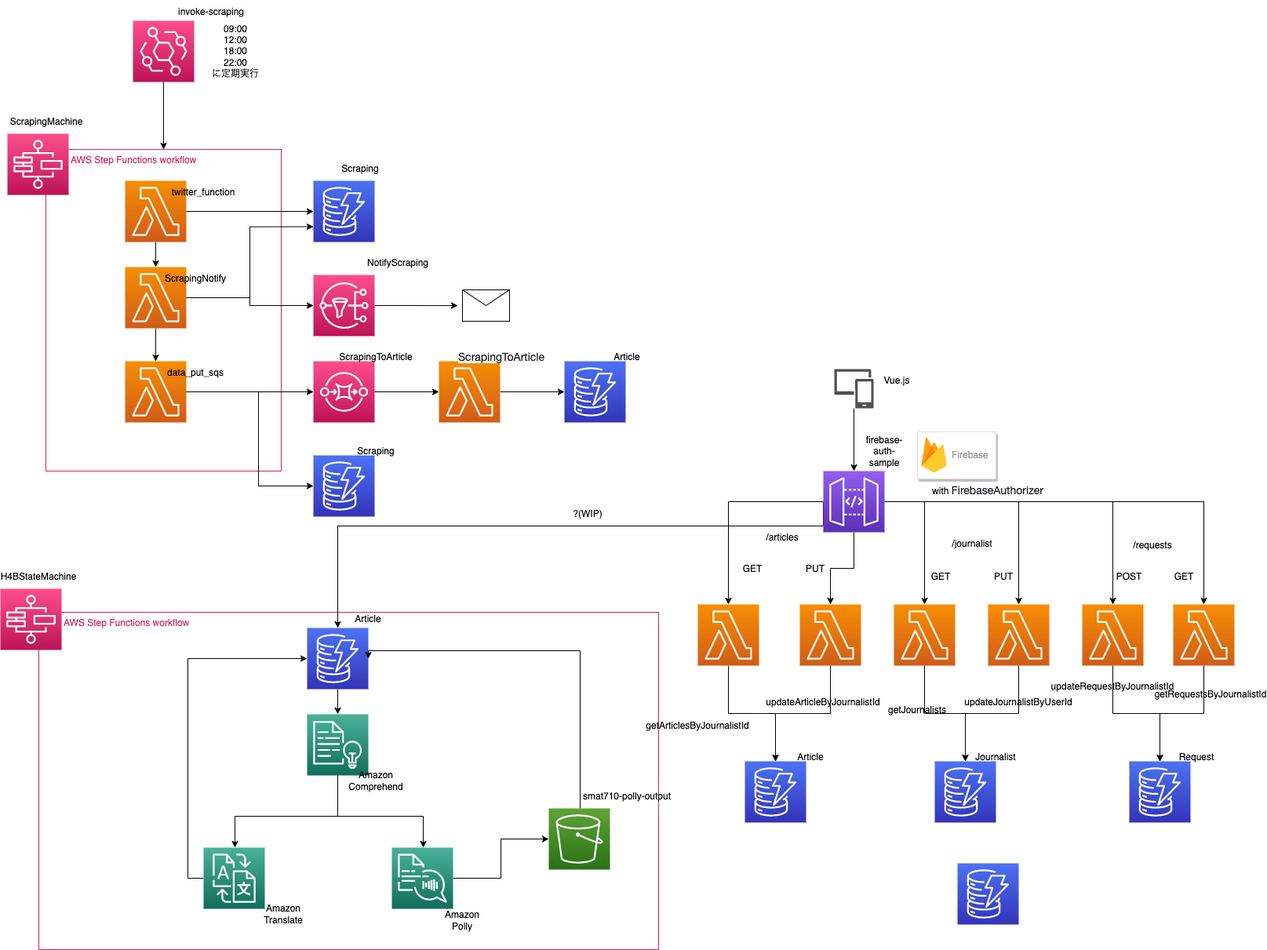
The draw.io diagram fj_birdview.png in ShotaroMatsuya/football-journalism, before a commit. Source tidied: cells renumbered, new cells last; positions are measured from the earlier drawing's top-left corner, leaving out a move shared by most shapes.
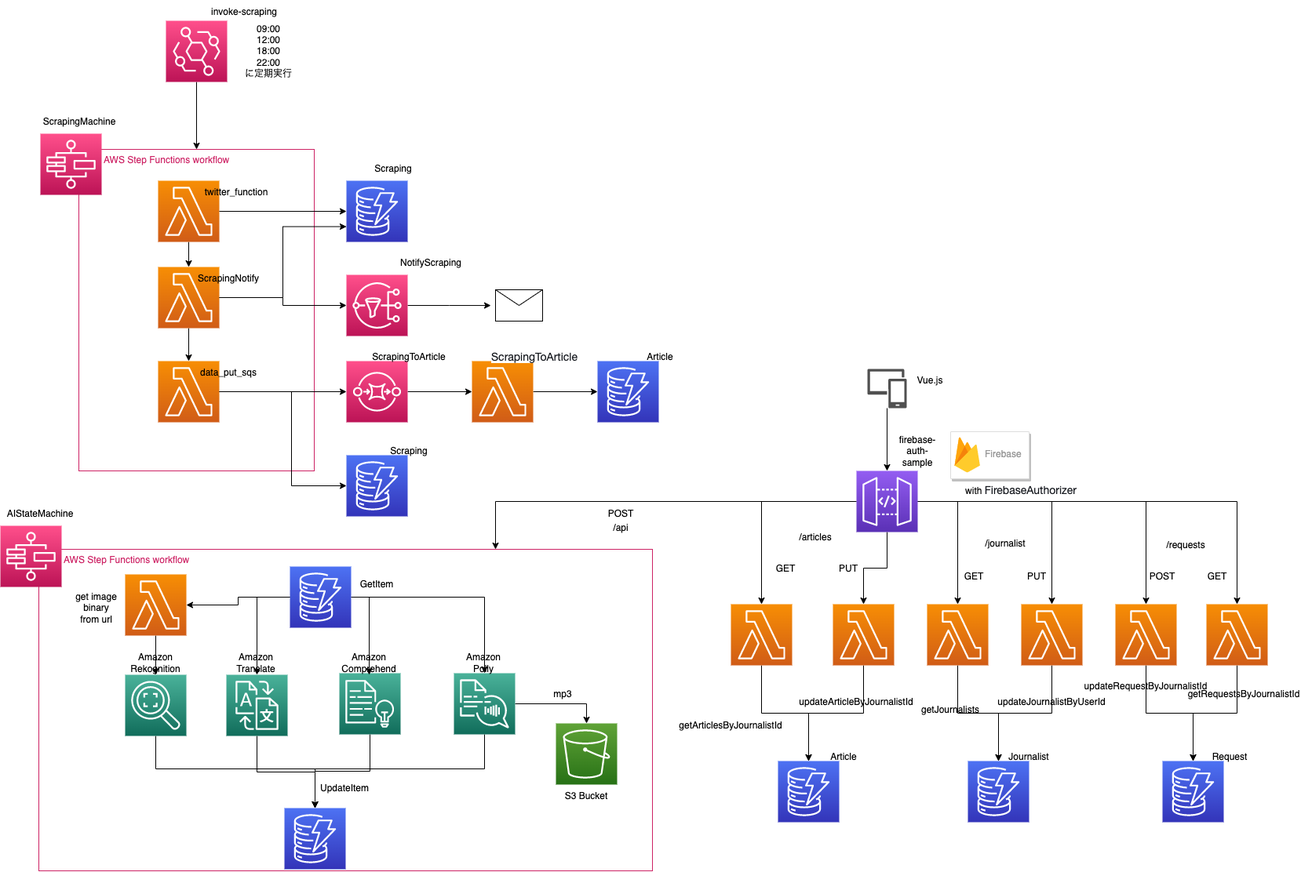
Above is the later version.

Change to the diagram source:
```diff
@@ -109,79 +109,109 @@
       <mxGeometry x="247" y="25" width="106" height="80" as="geometry" />
     </mxCell>
     <mxCell id="35" value="AWS Step Functions workflow" style="points=[[0,0],[0.25,0],[0.5,0],[0.75,0],[1,0],[1,0.25],[1,0.5],[1,0.75],[1,1],[0.75,1],[0.5,1],[0.25,1],[0,1],[0,0.75],[0,0.5],[0,0.25]];outlineConnect=0;gradientColor=none;html=1;whiteSpace=wrap;fontSize=12;fontStyle=0;shape=mxgraph.aws4.group;grIcon=mxgraph.aws4.group_aws_step_functions_workflow;strokeColor=#CD2264;fillColor=none;verticalAlign=top;align=left;spacingLeft=30;fontColor=#CD2264;dashed=0;" parent="1" vertex="1">
-      <mxGeometry x="49" y="780" width="790" height="430" as="geometry" />
+      <mxGeometry x="7" y="700" width="782" height="410" as="geometry" />
     </mxCell>
     <mxCell id="36" style="sketch=0;fontColor=#232F3E;gradientColor=#FF4F8B;gradientDirection=north;fillColor=#BC1356;strokeColor=#ffffff;dashed=0;verticalLabelPosition=bottom;verticalAlign=top;align=center;html=1;fontSize=12;fontStyle=0;shape=mxgraph.aws4.resourceIcon;resIcon=mxgraph.aws4.step_functions;" parent="35" vertex="1">
       <mxGeometry x="-49" y="-30" width="78" height="78" as="geometry" />
     </mxCell>
-    <mxCell id="37" style="edgeStyle=orthogonalEdgeStyle;rounded=0;jettySize=auto;html=1;" parent="35" edge="1" source="38" target="41">
-      <mxGeometry relative="1" as="geometry" />
-    </mxCell>
-    <mxCell id="38" style="sketch=0;points=[[0,0,0],[0.25,0,0],[0.5,0,0],[0.75,0,0],[1,0,0],[0,1,0],[0.25,1,0],[0.5,1,0],[0.75,1,0],[1,1,0],[0,0.25,0],[0,0.5,0],[0,0.75,0],[1,0.25,0],[1,0.5,0],[1,0.75,0]];outlineConnect=0;fontColor=#232F3E;gradientColor=#4D72F3;gradientDirection=north;fillColor=#3334B9;strokeColor=#ffffff;dashed=0;verticalLabelPosition=bottom;verticalAlign=top;align=center;html=1;fontSize=12;fontStyle=0;shape=mxgraph.aws4.resourceIcon;resIcon=mxgraph.aws4.dynamodb;" parent="35" vertex="1">
-      <mxGeometry x="342" y="20" width="78" height="78" as="geometry" />
-    </mxCell>
-    <mxCell id="39" style="edgeStyle=orthogonalEdgeStyle;rounded=0;jettySize=auto;html=1;entryX=0.5;entryY=0;entryDx=0;entryDy=0;entryPerimeter=0;" parent="35" edge="1" source="41" target="43">
-      <mxGeometry relative="1" as="geometry">
-        <Array as="points">
-          <mxPoint x="381" y="260" />
-          <mxPoint x="490" y="260" />
-        </Array>
-      </mxGeometry>
-    </mxCell>
-    <mxCell id="40" style="edgeStyle=orthogonalEdgeStyle;rounded=0;jettySize=auto;html=1;exitX=0.5;exitY=1;exitDx=0;exitDy=0;exitPerimeter=0;entryX=0.5;entryY=0;entryDx=0;entryDy=0;entryPerimeter=0;" parent="35" edge="1" source="41" target="45">
-      <mxGeometry relative="1" as="geometry">
-        <Array as="points">
-          <mxPoint x="381" y="260" />
-          <mxPoint x="250" y="260" />
-        </Array>
-      </mxGeometry>
-    </mxCell>
+    <mxCell id="107" style="edgeStyle=orthogonalEdgeStyle;rounded=0;jettySize=auto;html=1;entryX=0.5;entryY=0;entryDx=0;entryDy=0;entryPerimeter=0;" parent="35" edge="1" source="41" target="110">
+      <mxGeometry relative="1" as="geometry" />
+    </mxCell>
     <mxCell id="41" style="sketch=0;points=[[0,0,0],[0.25,0,0],[0.5,0,0],[0.75,0,0],[1,0,0],[0,1,0],[0.25,1,0],[0.5,1,0],[0.75,1,0],[1,1,0],[0,0.25,0],[0,0.5,0],[0,0.75,0],[1,0.25,0],[1,0.5,0],[1,0.75,0]];outlineConnect=0;fontColor=#232F3E;gradientColor=#4AB29A;gradientDirection=north;fillColor=#116D5B;strokeColor=#ffffff;dashed=0;verticalLabelPosition=bottom;verticalAlign=top;align=center;html=1;fontSize=12;fontStyle=0;shape=mxgraph.aws4.resourceIcon;resIcon=mxgraph.aws4.comprehend;" parent="35" vertex="1">
-      <mxGeometry x="342" y="130" width="78" height="78" as="geometry" />
+      <mxGeometry x="383" y="158" width="78" height="78" as="geometry" />
     </mxCell>
+    <mxCell id="108" style="edgeStyle=orthogonalEdgeStyle;rounded=0;jettySize=auto;html=1;" parent="35" edge="1" source="43" target="110">
+      <mxGeometry relative="1" as="geometry">
+        <Array as="points">
+          <mxPoint x="568" y="280" />
+          <mxPoint x="352" y="280" />
+        </Array>
+      </mxGeometry>
+    </mxCell>
-    <mxCell id="42" style="edgeStyle=orthogonalEdgeStyle;rounded=0;jettySize=auto;html=1;" parent="35" edge="1" source="43" target="47">
+    <mxCell id="42" style="edgeStyle=orthogonalEdgeStyle;rounded=0;jettySize=auto;html=1;entryX=0.5;entryY=0;entryDx=0;entryDy=0;entryPerimeter=0;" parent="35" edge="1" source="43" target="47">
       <mxGeometry relative="1" as="geometry" />
     </mxCell>
     <mxCell id="43" style="sketch=0;points=[[0,0,0],[0.25,0,0],[0.5,0,0],[0.75,0,0],[1,0,0],[0,1,0],[0.25,1,0],[0.5,1,0],[0.75,1,0],[1,1,0],[0,0.25,0],[0,0.5,0],[0,0.75,0],[1,0.25,0],[1,0.5,0],[1,0.75,0]];outlineConnect=0;fontColor=#232F3E;gradientColor=#4AB29A;gradientDirection=north;fillColor=#116D5B;strokeColor=#ffffff;dashed=0;verticalLabelPosition=bottom;verticalAlign=top;align=center;html=1;fontSize=12;fontStyle=0;shape=mxgraph.aws4.resourceIcon;resIcon=mxgraph.aws4.polly;" parent="35" vertex="1">
-      <mxGeometry x="450" y="300" width="78" height="78" as="geometry" />
+      <mxGeometry x="529" y="158" width="78" height="78" as="geometry" />
     </mxCell>
-    <mxCell id="44" style="edgeStyle=orthogonalEdgeStyle;rounded=0;jettySize=auto;html=1;exitX=0;exitY=0.5;exitDx=0;exitDy=0;exitPerimeter=0;entryX=0;entryY=0.5;entryDx=0;entryDy=0;entryPerimeter=0;" parent="35" edge="1" source="45" target="38">
-      <mxGeometry relative="1" as="geometry" />
-    </mxCell>
+    <mxCell id="109" style="edgeStyle=orthogonalEdgeStyle;rounded=0;jettySize=auto;html=1;entryX=0.5;entryY=0;entryDx=0;entryDy=0;entryPerimeter=0;" parent="35" edge="1" source="45" target="110">
+      <mxGeometry relative="1" as="geometry" />
+    </mxCell>
     <mxCell id="45" style="sketch=0;points=[[0,0,0],[0.25,0,0],[0.5,0,0],[0.75,0,0],[1,0,0],[0,1,0],[0.25,1,0],[0.5,1,0],[0.75,1,0],[1,1,0],[0,0.25,0],[0,0.5,0],[0,0.75,0],[1,0.25,0],[1,0.5,0],[1,0.75,0]];outlineConnect=0;fontColor=#232F3E;gradientColor=#4AB29A;gradientDirection=north;fillColor=#116D5B;strokeColor=#ffffff;dashed=0;verticalLabelPosition=bottom;verticalAlign=top;align=center;html=1;fontSize=12;fontStyle=0;shape=mxgraph.aws4.resourceIcon;resIcon=mxgraph.aws4.translate;" parent="35" vertex="1">
-      <mxGeometry x="210" y="300" width="78" height="78" as="geometry" />
+      <mxGeometry x="239" y="160" width="78" height="78" as="geometry" />
     </mxCell>
-    <mxCell id="46" style="edgeStyle=orthogonalEdgeStyle;rounded=0;jettySize=auto;html=1;entryX=1;entryY=0.5;entryDx=0;entryDy=0;entryPerimeter=0;" parent="35" edge="1" source="47" target="38">
-      <mxGeometry relative="1" as="geometry">
-        <Array as="points">
-          <mxPoint x="690" y="49" />
-        </Array>
-      </mxGeometry>
-    </mxCell>
     <mxCell id="47" style="sketch=0;points=[[0,0,0],[0.25,0,0],[0.5,0,0],[0.75,0,0],[1,0,0],[0,1,0],[0.25,1,0],[0.5,1,0],[0.75,1,0],[1,1,0],[0,0.25,0],[0,0.5,0],[0,0.75,0],[1,0.25,0],[1,0.5,0],[1,0.75,0]];outlineConnect=0;fontColor=#232F3E;gradientColor=#60A337;gradientDirection=north;fillColor=#277116;strokeColor=#ffffff;dashed=0;verticalLabelPosition=bottom;verticalAlign=top;align=center;html=1;fontSize=12;fontStyle=0;shape=mxgraph.aws4.resourceIcon;resIcon=mxgraph.aws4.s3;" parent="35" vertex="1">
-      <mxGeometry x="650" y="250" width="78" height="78" as="geometry" />
+      <mxGeometry x="659" y="222" width="78" height="78" as="geometry" />
     </mxCell>
-    <mxCell id="48" value="Article" style="text;html=1;strokeColor=none;fillColor=none;align=center;verticalAlign=middle;whiteSpace=wrap;rounded=0;" parent="35" vertex="1">
-      <mxGeometry x="390" y="-6" width="60" height="30" as="geometry" />
-    </mxCell>
     <mxCell id="49" value="Amazon Comprehend" style="text;html=1;strokeColor=none;fillColor=none;align=center;verticalAlign=middle;whiteSpace=wrap;rounded=0;" parent="35" vertex="1">
-      <mxGeometry x="400" y="200" width="60" height="30" as="geometry" />
+      <mxGeometry x="391" y="130" width="60" height="30" as="geometry" />
     </mxCell>
     <mxCell id="50" value="Amazon Translate" style="text;html=1;strokeColor=none;fillColor=none;align=center;verticalAlign=middle;whiteSpace=wrap;rounded=0;" parent="35" vertex="1">
-      <mxGeometry x="282" y="370" width="60" height="30" as="geometry" />
+      <mxGeometry x="247" y="130" width="60" height="30" as="geometry" />
     </mxCell>
     <mxCell id="51" value="Amazon Polly" style="text;html=1;strokeColor=none;fillColor=none;align=center;verticalAlign=middle;whiteSpace=wrap;rounded=0;" parent="35" vertex="1">
-      <mxGeometry x="510" y="378" width="60" height="30" as="geometry" />
+      <mxGeometry x="537" y="130" width="60" height="30" as="geometry" />
     </mxCell>
-    <mxCell id="52" value="smat710-polly-output" style="text;html=1;strokeColor=none;fillColor=none;align=center;verticalAlign=middle;whiteSpace=wrap;rounded=0;" parent="35" vertex="1">
-      <mxGeometry x="690" y="220" width="120" height="30" as="geometry" />
+    <mxCell id="52" value="S3 Bucket" style="text;html=1;strokeColor=none;fillColor=none;align=center;verticalAlign=middle;whiteSpace=wrap;rounded=0;" parent="35" vertex="1">
+      <mxGeometry x="638" y="300" width="120" height="30" as="geometry" />
     </mxCell>
+    <mxCell id="110" style="sketch=0;points=[[0,0,0],[0.25,0,0],[0.5,0,0],[0.75,0,0],[1,0,0],[0,1,0],[0.25,1,0],[0.5,1,0],[0.75,1,0],[1,1,0],[0,0.25,0],[0,0.5,0],[0,0.75,0],[1,0.25,0],[1,0.5,0],[1,0.75,0]];outlineConnect=0;fontColor=#232F3E;gradientColor=#4D72F3;gradientDirection=north;fillColor=#3334B9;strokeColor=#ffffff;dashed=0;verticalLabelPosition=bottom;verticalAlign=top;align=center;html=1;fontSize=12;fontStyle=0;shape=mxgraph.aws4.resourceIcon;resIcon=mxgraph.aws4.dynamodb;" parent="35" vertex="1">
+      <mxGeometry x="313" y="330" width="78" height="78" as="geometry" />
+    </mxCell>
+    <mxCell id="111" style="edgeStyle=orthogonalEdgeStyle;rounded=0;jettySize=auto;html=1;" parent="35" edge="1" source="112" target="110">
+      <mxGeometry relative="1" as="geometry">
+        <Array as="points">
+          <mxPoint x="149" y="280" />
+          <mxPoint x="352" y="280" />
+        </Array>
+      </mxGeometry>
+    </mxCell>
+    <mxCell id="112" style="sketch=0;points=[[0,0,0],[0.25,0,0],[0.5,0,0],[0.75,0,0],[1,0,0],[0,1,0],[0.25,1,0],[0.5,1,0],[0.75,1,0],[1,1,0],[0,0.25,0],[0,0.5,0],[0,0.75,0],[1,0.25,0],[1,0.5,0],[1,0.75,0]];outlineConnect=0;fontColor=#232F3E;gradientColor=#4AB29A;gradientDirection=north;fillColor=#116D5B;strokeColor=#ffffff;dashed=0;verticalLabelPosition=bottom;verticalAlign=top;align=center;html=1;fontSize=12;fontStyle=0;shape=mxgraph.aws4.resourceIcon;resIcon=mxgraph.aws4.rekognition_2;" parent="35" vertex="1">
+      <mxGeometry x="110" y="160" width="78" height="78" as="geometry" />
+    </mxCell>
+    <mxCell id="113" value="mp3" style="text;html=1;strokeColor=none;fillColor=none;align=center;verticalAlign=middle;whiteSpace=wrap;rounded=0;" parent="35" vertex="1">
+      <mxGeometry x="638" y="170" width="60" height="30" as="geometry" />
+    </mxCell>
+    <mxCell id="114" value="Amazon&lt;br&gt;Rekognition" style="text;html=1;strokeColor=none;fillColor=none;align=center;verticalAlign=middle;whiteSpace=wrap;rounded=0;" parent="35" vertex="1">
+      <mxGeometry x="119" y="130" width="60" height="30" as="geometry" />
+    </mxCell>
+    <mxCell id="115" style="edgeStyle=orthogonalEdgeStyle;rounded=0;jettySize=auto;html=1;" parent="35" edge="1" source="124" target="112">
+      <mxGeometry relative="1" as="geometry" />
+    </mxCell>
+    <mxCell id="116" style="edgeStyle=orthogonalEdgeStyle;rounded=0;jettySize=auto;html=1;" parent="35" edge="1" source="119" target="45">
+      <mxGeometry relative="1" as="geometry" />
+    </mxCell>
+    <mxCell id="117" style="edgeStyle=orthogonalEdgeStyle;rounded=0;jettySize=auto;html=1;" parent="35" edge="1" source="119" target="43">
+      <mxGeometry relative="1" as="geometry" />
+    </mxCell>
+    <mxCell id="118" style="edgeStyle=orthogonalEdgeStyle;rounded=0;jettySize=auto;html=1;entryX=0.5;entryY=1;entryDx=0;entryDy=0;" parent="35" edge="1" source="119" target="49">
+      <mxGeometry relative="1" as="geometry">
+        <Array as="points">
+          <mxPoint x="421" y="61" />
+        </Array>
+      </mxGeometry>
+    </mxCell>
+    <mxCell id="119" style="sketch=0;points=[[0,0,0],[0.25,0,0],[0.5,0,0],[0.75,0,0],[1,0,0],[0,1,0],[0.25,1,0],[0.5,1,0],[0.75,1,0],[1,1,0],[0,0.25,0],[0,0.5,0],[0,0.75,0],[1,0.25,0],[1,0.5,0],[1,0.75,0]];outlineConnect=0;fontColor=#232F3E;gradientColor=#4D72F3;gradientDirection=north;fillColor=#3334B9;strokeColor=#ffffff;dashed=0;verticalLabelPosition=bottom;verticalAlign=top;align=center;html=1;fontSize=12;fontStyle=0;shape=mxgraph.aws4.resourceIcon;resIcon=mxgraph.aws4.dynamodb;" parent="35" vertex="1">
+      <mxGeometry x="320" y="22" width="78" height="78" as="geometry" />
+    </mxCell>
+    <mxCell id="120" value="GetItem" style="text;html=1;strokeColor=none;fillColor=none;align=center;verticalAlign=middle;whiteSpace=wrap;rounded=0;" parent="35" vertex="1">
+      <mxGeometry x="401" y="30" width="60" height="30" as="geometry" />
+    </mxCell>
+    <mxCell id="121" value="UpdateItem" style="text;html=1;strokeColor=none;fillColor=none;align=center;verticalAlign=middle;whiteSpace=wrap;rounded=0;" parent="35" vertex="1">
+      <mxGeometry x="360" y="290" width="60" height="30" as="geometry" />
+    </mxCell>
+    <mxCell id="122" value="get image binary&lt;br&gt;from url" style="text;html=1;strokeColor=none;fillColor=none;align=center;verticalAlign=middle;whiteSpace=wrap;rounded=0;" parent="35" vertex="1">
+      <mxGeometry x="37" y="60" width="73" height="30" as="geometry" />
+    </mxCell>
+    <mxCell id="123" style="edgeStyle=orthogonalEdgeStyle;rounded=0;jettySize=auto;html=1;" parent="35" edge="1" source="119" target="124">
+      <mxGeometry relative="1" as="geometry" />
+    </mxCell>
+    <mxCell id="124" style="sketch=0;points=[[0,0,0],[0.25,0,0],[0.5,0,0],[0.75,0,0],[1,0,0],[0,1,0],[0.25,1,0],[0.5,1,0],[0.75,1,0],[1,1,0],[0,0.25,0],[0,0.5,0],[0,0.75,0],[1,0.25,0],[1,0.5,0],[1,0.75,0]];outlineConnect=0;fontColor=#232F3E;gradientColor=#F78E04;gradientDirection=north;fillColor=#D05C17;strokeColor=#ffffff;dashed=0;verticalLabelPosition=bottom;verticalAlign=top;align=center;html=1;fontSize=12;fontStyle=0;shape=mxgraph.aws4.resourceIcon;resIcon=mxgraph.aws4.lambda;" parent="35" vertex="1">
+      <mxGeometry x="110" y="32" width="78" height="78" as="geometry" />
+    </mxCell>
     <mxCell id="53" value="ScrapingMachine" style="text;html=1;strokeColor=none;fillColor=none;align=center;verticalAlign=middle;whiteSpace=wrap;rounded=0;" parent="1" vertex="1">
       <mxGeometry x="29" y="140" width="60" height="30" as="geometry" />
     </mxCell>
-    <mxCell id="54" value="H4BStateMachine" style="text;html=1;strokeColor=none;fillColor=none;align=center;verticalAlign=middle;whiteSpace=wrap;rounded=0;" parent="1" vertex="1">
-      <mxGeometry x="19" y="720" width="60" height="30" as="geometry" />
-    </mxCell>
     <mxCell id="55" style="edgeStyle=orthogonalEdgeStyle;rounded=0;jettySize=auto;html=1;entryX=0.5;entryY=0;entryDx=0;entryDy=0;entryPerimeter=0;" parent="1" edge="1" source="62" target="64">
       <mxGeometry relative="1" as="geometry" />
     </mxCell>
@@ -200,11 +230,10 @@
     <mxCell id="60" style="edgeStyle=orthogonalEdgeStyle;rounded=0;jettySize=auto;html=1;entryX=0.5;entryY=0;entryDx=0;entryDy=0;entryPerimeter=0;" parent="1" edge="1" source="62" target="74">
       <mxGeometry relative="1" as="geometry" />
     </mxCell>
-    <mxCell id="61" style="edgeStyle=orthogonalEdgeStyle;rounded=0;jettySize=auto;html=1;exitX=0;exitY=0.5;exitDx=0;exitDy=0;exitPerimeter=0;entryX=0.5;entryY=0;entryDx=0;entryDy=0;entryPerimeter=0;" parent="1" edge="1" source="62" target="38">
+    <mxCell id="61" style="edgeStyle=orthogonalEdgeStyle;rounded=0;jettySize=auto;html=1;exitX=0;exitY=0.5;exitDx=0;exitDy=0;exitPerimeter=0;" parent="1" edge="1" source="62" target="35">
       <mxGeometry relative="1" as="geometry">
         <Array as="points">
-          <mxPoint x="1049" y="670" />
-          <mxPoint x="430" y="670" />
+          <mxPoint x="589" y="639" />
         </Array>
       </mxGeometry>
     </mxCell>
@@ -321,9 +350,6 @@
     <mxCell id="98" style="sketch=0;points=[[0,0,0],[0.25,0,0],[0.5,0,0],[0.75,0,0],[1,0,0],[0,1,0],[0.25,1,0],[0.5,1,0],[0.75,1,0],[1,1,0],[0,0.25,0],[0,0.5,0],[0,0.75,0],[1,0.25,0],[1,0.5,0],[1,0.75,0]];outlineConnect=0;fontColor=#232F3E;gradientColor=#4D72F3;gradientDirection=north;fillColor=#3334B9;strokeColor=#ffffff;dashed=0;verticalLabelPosition=bottom;verticalAlign=top;align=center;html=1;fontSize=12;fontStyle=0;shape=mxgraph.aws4.resourceIcon;resIcon=mxgraph.aws4.dynamodb;" parent="1" vertex="1">
       <mxGeometry x="1439" y="970" width="78" height="78" as="geometry" />
     </mxCell>
-    <mxCell id="99" style="sketch=0;fontColor=#232F3E;gradientColor=#4D72F3;gradientDirection=north;fillColor=#3334B9;strokeColor=#ffffff;dashed=0;verticalLabelPosition=bottom;verticalAlign=top;align=center;html=1;fontSize=12;fontStyle=0;shape=mxgraph.aws4.resourceIcon;resIcon=mxgraph.aws4.dynamodb;" parent="1" vertex="1">
-      <mxGeometry x="1220" y="1100" width="78" height="78" as="geometry" />
-    </mxCell>
     <mxCell id="100" value="Article" style="text;html=1;strokeColor=none;fillColor=none;align=center;verticalAlign=middle;whiteSpace=wrap;rounded=0;" parent="1" vertex="1">
       <mxGeometry x="1003" y="950" width="60" height="30" as="geometry" />
     </mxCell>
@@ -333,7 +359,7 @@
     <mxCell id="102" value="Request" style="text;html=1;strokeColor=none;fillColor=none;align=center;verticalAlign=middle;whiteSpace=wrap;rounded=0;" parent="1" vertex="1">
       <mxGeometry x="1495" y="950" width="60" height="30" as="geometry" />
     </mxCell>
-    <mxCell id="103" value="?(WIP)" style="text;html=1;strokeColor=none;fillColor=none;align=center;verticalAlign=middle;whiteSpace=wrap;rounded=0;" parent="1" vertex="1">
+    <mxCell id="103" value="POST" style="text;html=1;strokeColor=none;fillColor=none;align=center;verticalAlign=middle;whiteSpace=wrap;rounded=0;" parent="1" vertex="1">
       <mxGeometry x="719" y="640" width="60" height="30" as="geometry" />
     </mxCell>
     <mxCell id="104" value="Vue.js" style="text;html=1;strokeColor=none;fillColor=none;align=center;verticalAlign=middle;whiteSpace=wrap;rounded=0;" parent="1" vertex="1">
@@ -345,5 +371,11 @@
     <mxCell id="106" style="shape=message;html=1;whiteSpace=wrap;html=1;" parent="1" vertex="1">
       <mxGeometry x="589" y="369" width="60" height="40" as="geometry" />
     </mxCell>
+    <mxCell id="125" value="/api" style="text;html=1;strokeColor=none;fillColor=none;align=center;verticalAlign=middle;whiteSpace=wrap;rounded=0;" parent="1" vertex="1">
+      <mxGeometry x="719" y="658" width="60" height="30" as="geometry" />
+    </mxCell>
+    <mxCell id="126" value="AIStateMachine" style="text;html=1;strokeColor=none;fillColor=none;align=center;verticalAlign=middle;whiteSpace=wrap;rounded=0;" parent="1" vertex="1">
+      <mxGeometry x="-21" y="640" width="60" height="30" as="geometry" />
+    </mxCell>
   </root>
 </mxGraphModel>
```
